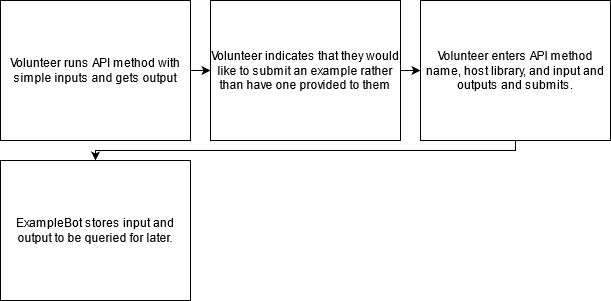
Above: design/storyboard-volunteer.png in JosephMirabile921/ExampleBot (draw.io), before the change. Source tidied: cells renumbered, new cells last; positions are measured from the earlier drawing's top-left corner, leaving out a move shared by most shapes. The source it was exported from:
```xml
<mxGraphModel>
  <root>
    <mxCell id="0" />
    <mxCell id="1" parent="0" />
    <mxCell id="2" style="edgeStyle=orthogonalEdgeStyle;rounded=0;jettySize=auto;html=1;exitX=1;exitY=0.5;exitDx=0;exitDy=0;entryX=0;entryY=0.5;entryDx=0;entryDy=0;" parent="1" edge="1" source="3" target="5">
      <mxGeometry relative="1" as="geometry" />
    </mxCell>
    <mxCell id="3" value="Volunteer runs API method with simple inputs and gets output" style="rounded=0;whiteSpace=wrap;html=1;" parent="1" vertex="1">
      <mxGeometry width="190" height="140" as="geometry" />
    </mxCell>
    <mxCell id="4" style="edgeStyle=orthogonalEdgeStyle;rounded=0;jettySize=auto;html=1;exitX=1;exitY=0.5;exitDx=0;exitDy=0;" parent="1" edge="1" source="5" target="7">
      <mxGeometry relative="1" as="geometry" />
    </mxCell>
    <mxCell id="5" value="Volunteer indicates that they would like to submit an example rather than have one provided to them" style="rounded=0;whiteSpace=wrap;html=1;" parent="1" vertex="1">
      <mxGeometry x="210" width="190" height="140" as="geometry" />
    </mxCell>
    <mxCell id="6" style="edgeStyle=orthogonalEdgeStyle;rounded=0;jettySize=auto;html=1;exitX=0.5;exitY=1;exitDx=0;exitDy=0;entryX=0.5;entryY=0;entryDx=0;entryDy=0;" parent="1" edge="1" source="7" target="8">
      <mxGeometry relative="1" as="geometry">
        <Array as="points">
          <mxPoint x="515" y="150" />
          <mxPoint x="95" y="150" />
        </Array>
      </mxGeometry>
    </mxCell>
    <mxCell id="7" value="Volunteer enters API method name, host library, and input and outputs and submits." style="rounded=0;whiteSpace=wrap;html=1;" parent="1" vertex="1">
      <mxGeometry x="420" width="190" height="140" as="geometry" />
    </mxCell>
    <mxCell id="8" value="ExampleBot stores input and output to be queried for later." style="rounded=0;whiteSpace=wrap;html=1;" parent="1" vertex="1">
      <mxGeometry y="160" width="190" height="140" as="geometry" />
    </mxCell>
  </root>
</mxGraphModel>
```
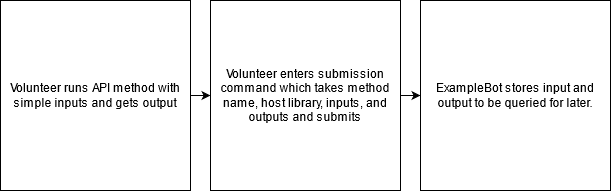
Above is the later version.

Diff of the diagram source:
```diff
@@ -2,31 +2,20 @@
   <root>
     <mxCell id="0" />
     <mxCell id="1" parent="0" />
-    <mxCell id="2" style="edgeStyle=orthogonalEdgeStyle;rounded=0;jettySize=auto;html=1;exitX=1;exitY=0.5;exitDx=0;exitDy=0;entryX=0;entryY=0.5;entryDx=0;entryDy=0;" parent="1" edge="1" source="3" target="5">
-      <mxGeometry relative="1" as="geometry" />
-    </mxCell>
+    <mxCell id="9" style="edgeStyle=orthogonalEdgeStyle;rounded=0;jettySize=auto;html=1;exitX=1;exitY=0.5;exitDx=0;exitDy=0;entryX=0;entryY=0.5;entryDx=0;entryDy=0;" parent="1" edge="1" source="3" target="11">
+      <mxGeometry relative="1" as="geometry" />
+    </mxCell>
-    <mxCell id="3" value="Volunteer runs API method with simple inputs and gets output" style="rounded=0;whiteSpace=wrap;html=1;" parent="1" vertex="1">
-      <mxGeometry width="190" height="140" as="geometry" />
+    <mxCell id="3" value="Volunteer runs API method with simple inputs and gets output" style="whiteSpace=wrap;html=1;" parent="1" vertex="1">
+      <mxGeometry x="70" y="-70" width="190" height="190" as="geometry" />
     </mxCell>
-    <mxCell id="4" style="edgeStyle=orthogonalEdgeStyle;rounded=0;jettySize=auto;html=1;exitX=1;exitY=0.5;exitDx=0;exitDy=0;" parent="1" edge="1" source="5" target="7">
-      <mxGeometry relative="1" as="geometry" />
-    </mxCell>
-    <mxCell id="5" value="Volunteer indicates that they would like to submit an example rather than have one provided to them" style="rounded=0;whiteSpace=wrap;html=1;" parent="1" vertex="1">
-      <mxGeometry x="210" width="190" height="140" as="geometry" />
-    </mxCell>
-    <mxCell id="6" style="edgeStyle=orthogonalEdgeStyle;rounded=0;jettySize=auto;html=1;exitX=0.5;exitY=1;exitDx=0;exitDy=0;entryX=0.5;entryY=0;entryDx=0;entryDy=0;" parent="1" edge="1" source="7" target="8">
-      <mxGeometry relative="1" as="geometry">
-        <Array as="points">
-          <mxPoint x="515" y="150" />
-          <mxPoint x="95" y="150" />
-        </Array>
-      </mxGeometry>
-    </mxCell>
-    <mxCell id="7" value="Volunteer enters API method name, host library, and input and outputs and submits." style="rounded=0;whiteSpace=wrap;html=1;" parent="1" vertex="1">
-      <mxGeometry x="420" width="190" height="140" as="geometry" />
-    </mxCell>
+    <mxCell id="10" style="edgeStyle=orthogonalEdgeStyle;rounded=0;jettySize=auto;html=1;exitX=1;exitY=0.5;exitDx=0;exitDy=0;entryX=0;entryY=0.5;entryDx=0;entryDy=0;" parent="1" edge="1" source="11" target="8">
+      <mxGeometry relative="1" as="geometry" />
+    </mxCell>
+    <mxCell id="11" value="Volunteer enters submission command which takes method name, host library, inputs, and outputs and submits" style="whiteSpace=wrap;html=1;" parent="1" vertex="1">
+      <mxGeometry x="280" y="-70" width="190" height="190" as="geometry" />
+    </mxCell>
-    <mxCell id="8" value="ExampleBot stores input and output to be queried for later." style="rounded=0;whiteSpace=wrap;html=1;" parent="1" vertex="1">
-      <mxGeometry y="160" width="190" height="140" as="geometry" />
+    <mxCell id="8" value="ExampleBot stores input and output to be queried for later." style="whiteSpace=wrap;html=1;" parent="1" vertex="1">
+      <mxGeometry x="490" y="-70" width="190" height="190" as="geometry" />
     </mxCell>
   </root>
 </mxGraphModel>
```
